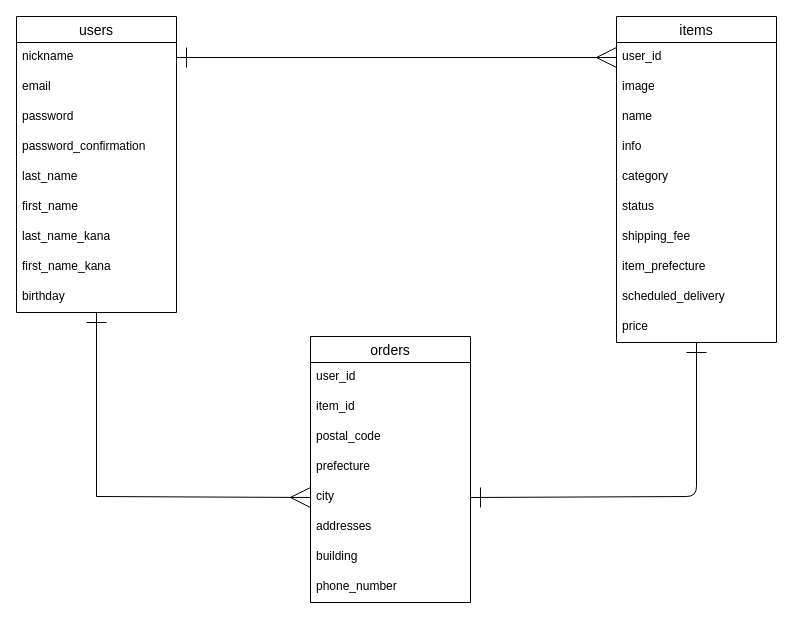
Above: furima-39824_ER.dio in DaiC-S/furima-39824 (draw.io), before the change. Source tidied: cells renumbered, new cells numbered last; positions are measured from the earlier drawing's top-left corner, leaving out a move shared by most shapes. Both pictures are drawn from the tidied source at 100%, with x=0, y=0 at pixel (16, 16).
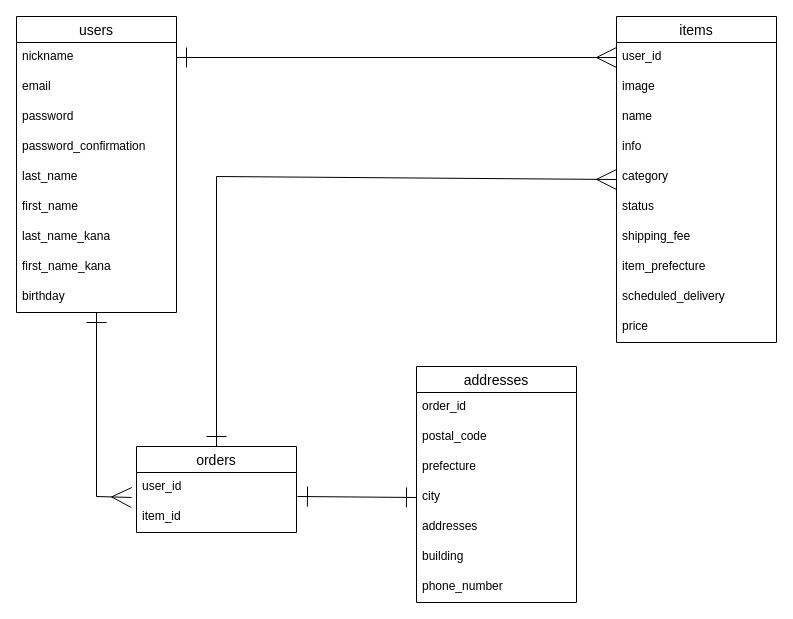
The same diagram, later.

Commit message (it also covers changes not shown here):
DB設計やり直し｜Addressesテーブルの追加

The change refers to these unchanged cells:
```xml
<mxCell id="3" value="nickname" style="text;strokeColor=none;fillColor=none;spacingLeft=4;spacingRight=4;overflow=hidden;points=[[0,0.5],[1,0.5]];portConstraint=eastwest;fontSize=12;" parent="2" vertex="1">
  <mxGeometry y="26" width="160" height="30" as="geometry" />
</mxCell>
<mxCell id="11" value="birthday" style="text;strokeColor=none;fillColor=none;spacingLeft=4;spacingRight=4;overflow=hidden;points=[[0,0.5],[1,0.5]];portConstraint=eastwest;fontSize=12;" parent="2" vertex="1">
  <mxGeometry y="266" width="160" height="30" as="geometry" />
</mxCell>
<mxCell id="13" value="user_id" style="text;strokeColor=none;fillColor=none;spacingLeft=4;spacingRight=4;overflow=hidden;points=[[0,0.5],[1,0.5]];portConstraint=eastwest;fontSize=12;" parent="12" vertex="1">
  <mxGeometry y="26" width="160" height="30" as="geometry" />
</mxCell>
<mxCell id="22" value="price" style="text;strokeColor=none;fillColor=none;spacingLeft=4;spacingRight=4;overflow=hidden;points=[[0,0.5],[1,0.5]];portConstraint=eastwest;fontSize=12;" parent="12" vertex="1">
  <mxGeometry y="296" width="160" height="30" as="geometry" />
</mxCell>
<mxCell id="24" value="user_id" style="text;strokeColor=none;fillColor=none;spacingLeft=4;spacingRight=4;overflow=hidden;points=[[0,0.5],[1,0.5]];portConstraint=eastwest;fontSize=12;" parent="23" vertex="1">
  <mxGeometry y="26" width="160" height="30" as="geometry" />
</mxCell>
```

The edit, as a diff of the source:
```diff
@@
     <mxCell id="23" value="orders" style="swimlane;fontStyle=0;horizontal=1;startSize=26;align=center;fontSize=14;" parent="1" vertex="1">
-      <mxGeometry x="294" y="320" width="160" height="266" as="geometry" />
+      <mxGeometry x="120" y="430" width="160" height="86" as="geometry" />
     </mxCell>
@@
+    <mxCell id="33" style="edgeStyle=none;html=1;exitX=0;exitY=0.5;exitDx=0;exitDy=0;entryX=1;entryY=0.5;entryDx=0;entryDy=0;startArrow=ERmany;startFill=0;endArrow=ERone;endFill=0;strokeWidth=1;startSize=18;endSize=18;" parent="1" edge="1" source="13" target="3">
+      <mxGeometry relative="1" as="geometry" />
+    </mxCell>
+    <mxCell id="34" style="edgeStyle=none;html=1;exitX=-0.031;exitY=0.833;exitDx=0;exitDy=0;entryX=0.5;entryY=1;entryDx=0;entryDy=0;startArrow=ERmany;startFill=0;endArrow=ERone;endFill=0;strokeWidth=1;startSize=18;endSize=18;entryPerimeter=0;rounded=0;exitPerimeter=0;" parent="1" edge="1" source="24" target="11">
+      <mxGeometry relative="1" as="geometry">
+        <Array as="points">
+          <mxPoint x="80" y="480" />
+        </Array>
+      </mxGeometry>
+    </mxCell>
+    <mxCell id="35" value="addresses" style="swimlane;fontStyle=0;horizontal=1;startSize=26;align=center;fontSize=14;" parent="1" vertex="1">
+      <mxGeometry x="400" y="350" width="160" height="236" as="geometry" />
+    </mxCell>
+    <mxCell id="36" value="order_id" style="text;strokeColor=none;fillColor=none;spacingLeft=4;spacingRight=4;overflow=hidden;fontSize=12;" parent="35" vertex="1">
+      <mxGeometry y="26" width="160" height="30" as="geometry" />
+    </mxCell>
-    <mxCell id="26" value="postal_code " style="text;strokeColor=none;fillColor=none;spacingLeft=4;spacingRight=4;overflow=hidden;fontSize=12;" parent="23" vertex="1">
-      <mxGeometry y="86" width="160" height="30" as="geometry" />
+    <mxCell id="26" value="postal_code " style="text;strokeColor=none;fillColor=none;spacingLeft=4;spacingRight=4;overflow=hidden;fontSize=12;" parent="35" vertex="1">
+      <mxGeometry y="56" width="160" height="30" as="geometry" />
     </mxCell>
-    <mxCell id="27" value="prefecture" style="text;strokeColor=none;fillColor=none;spacingLeft=4;spacingRight=4;overflow=hidden;fontSize=12;" parent="23" vertex="1">
-      <mxGeometry y="116" width="160" height="30" as="geometry" />
+    <mxCell id="27" value="prefecture" style="text;strokeColor=none;fillColor=none;spacingLeft=4;spacingRight=4;overflow=hidden;fontSize=12;" parent="35" vertex="1">
+      <mxGeometry y="86" width="160" height="30" as="geometry" />
     </mxCell>
-    <mxCell id="28" value="city" style="text;strokeColor=none;fillColor=none;spacingLeft=4;spacingRight=4;overflow=hidden;points=[[0,0.5],[1,0.5]];portConstraint=eastwest;fontSize=12;" parent="23" vertex="1">
-      <mxGeometry y="146" width="160" height="30" as="geometry" />
+    <mxCell id="28" value="city" style="text;strokeColor=none;fillColor=none;spacingLeft=4;spacingRight=4;overflow=hidden;points=[[0,0.5],[1,0.5]];portConstraint=eastwest;fontSize=12;" parent="35" vertex="1">
+      <mxGeometry y="116" width="160" height="30" as="geometry" />
     </mxCell>
-    <mxCell id="29" value="addresses" style="text;strokeColor=none;fillColor=none;spacingLeft=4;spacingRight=4;overflow=hidden;fontSize=12;" parent="23" vertex="1">
-      <mxGeometry y="176" width="160" height="30" as="geometry" />
+    <mxCell id="29" value="addresses" style="text;strokeColor=none;fillColor=none;spacingLeft=4;spacingRight=4;overflow=hidden;fontSize=12;" parent="35" vertex="1">
+      <mxGeometry y="146" width="160" height="30" as="geometry" />
     </mxCell>
-    <mxCell id="30" value="building" style="text;strokeColor=none;fillColor=none;spacingLeft=4;spacingRight=4;overflow=hidden;fontSize=12;" parent="23" vertex="1">
-      <mxGeometry y="206" width="160" height="30" as="geometry" />
+    <mxCell id="30" value="building" style="text;strokeColor=none;fillColor=none;spacingLeft=4;spacingRight=4;overflow=hidden;fontSize=12;" parent="35" vertex="1">
+      <mxGeometry y="176" width="160" height="30" as="geometry" />
     </mxCell>
-    <mxCell id="31" value="phone_number" style="text;strokeColor=none;fillColor=none;spacingLeft=4;spacingRight=4;overflow=hidden;fontSize=12;" parent="23" vertex="1">
-      <mxGeometry y="236" width="160" height="30" as="geometry" />
+    <mxCell id="31" value="phone_number" style="text;strokeColor=none;fillColor=none;spacingLeft=4;spacingRight=4;overflow=hidden;fontSize=12;" parent="35" vertex="1">
+      <mxGeometry y="206" width="160" height="30" as="geometry" />
     </mxCell>
-    <mxCell id="32" style="edgeStyle=none;html=1;exitX=1;exitY=0.5;exitDx=0;exitDy=0;startArrow=ERone;startFill=0;endArrow=ERone;endFill=0;endSize=18;startSize=18;" parent="1" edge="1" source="28" target="22">
-      <mxGeometry relative="1" as="geometry">
-        <Array as="points">
-          <mxPoint x="680" y="480" />
-        </Array>
-      </mxGeometry>
-    </mxCell>
-    <mxCell id="33" style="edgeStyle=none;html=1;exitX=0;exitY=0.5;exitDx=0;exitDy=0;entryX=1;entryY=0.5;entryDx=0;entryDy=0;startArrow=ERmany;startFill=0;endArrow=ERone;endFill=0;strokeWidth=1;startSize=18;endSize=18;" parent="1" edge="1" source="13" target="3">
-      <mxGeometry relative="1" as="geometry" />
-    </mxCell>
-    <mxCell id="34" style="edgeStyle=none;html=1;exitX=0;exitY=0.5;exitDx=0;exitDy=0;entryX=0.5;entryY=1;entryDx=0;entryDy=0;startArrow=ERmany;startFill=0;endArrow=ERone;endFill=0;strokeWidth=1;startSize=18;endSize=18;entryPerimeter=0;rounded=0;" parent="1" edge="1" source="28" target="11">
-      <mxGeometry relative="1" as="geometry">
-        <Array as="points">
-          <mxPoint x="80" y="480" />
-        </Array>
-      </mxGeometry>
-    </mxCell>
+    <mxCell id="37" style="edgeStyle=none;html=1;startArrow=ERone;startFill=0;endArrow=ERone;endFill=0;endSize=18;startSize=18;rounded=0;exitX=1.006;exitY=0.8;exitDx=0;exitDy=0;entryX=0;entryY=0.5;entryDx=0;entryDy=0;exitPerimeter=0;" parent="1" edge="1" source="24" target="28">
+      <mxGeometry relative="1" as="geometry" />
+    </mxCell>
+    <mxCell id="38" style="edgeStyle=none;html=1;entryX=0.5;entryY=0;entryDx=0;entryDy=0;startArrow=ERmany;startFill=0;endArrow=ERone;endFill=0;strokeWidth=1;startSize=18;endSize=18;rounded=0;" parent="1" edge="1" target="23">
+      <mxGeometry relative="1" as="geometry">
+        <mxPoint x="600" y="163" as="sourcePoint" />
+        <Array as="points">
+          <mxPoint x="200" y="160" />
+        </Array>
+      </mxGeometry>
+    </mxCell>
```
